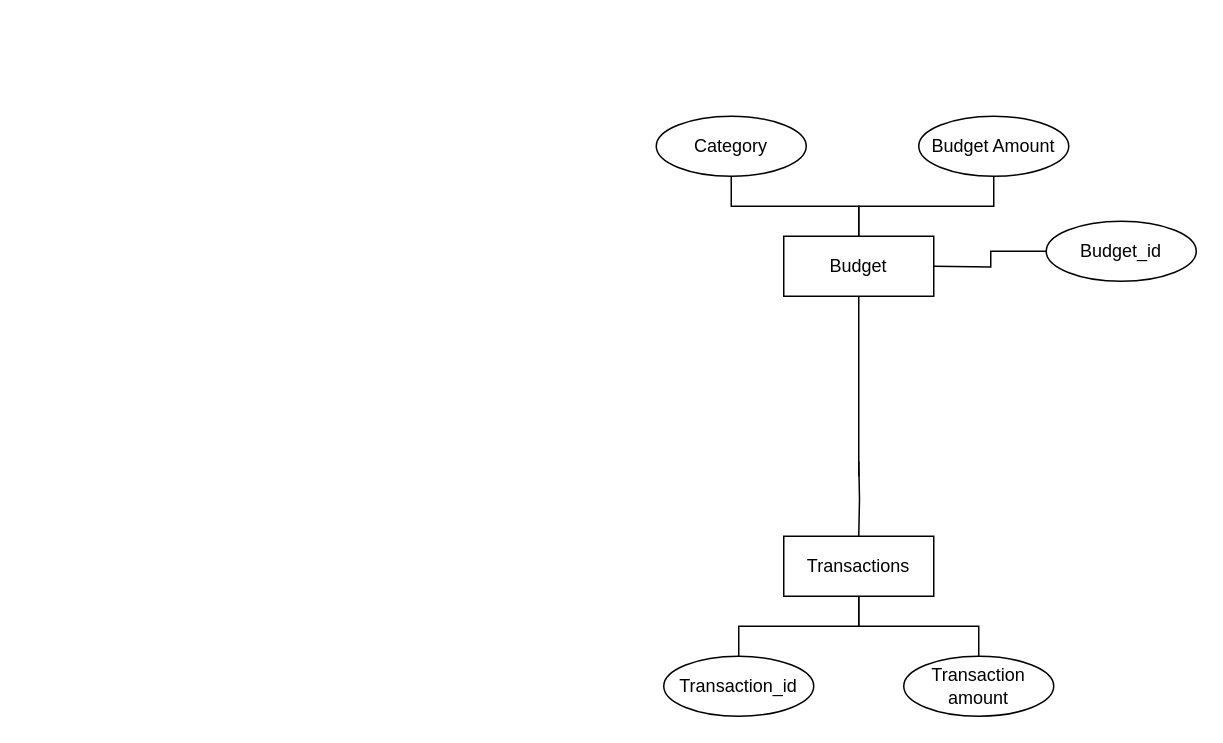
The draw.io diagram docs/diagrams/er-diagram.drawio in josuediazflores/student-expense-tracker, before the edit. Source tidied: cells renumbered, new cells numbered last; positions are measured from the earlier drawing's top-left corner, leaving out a move shared by most shapes. Both pictures are drawn from the tidied source at 150%, with x=0, y=0 at pixel (656, 116).
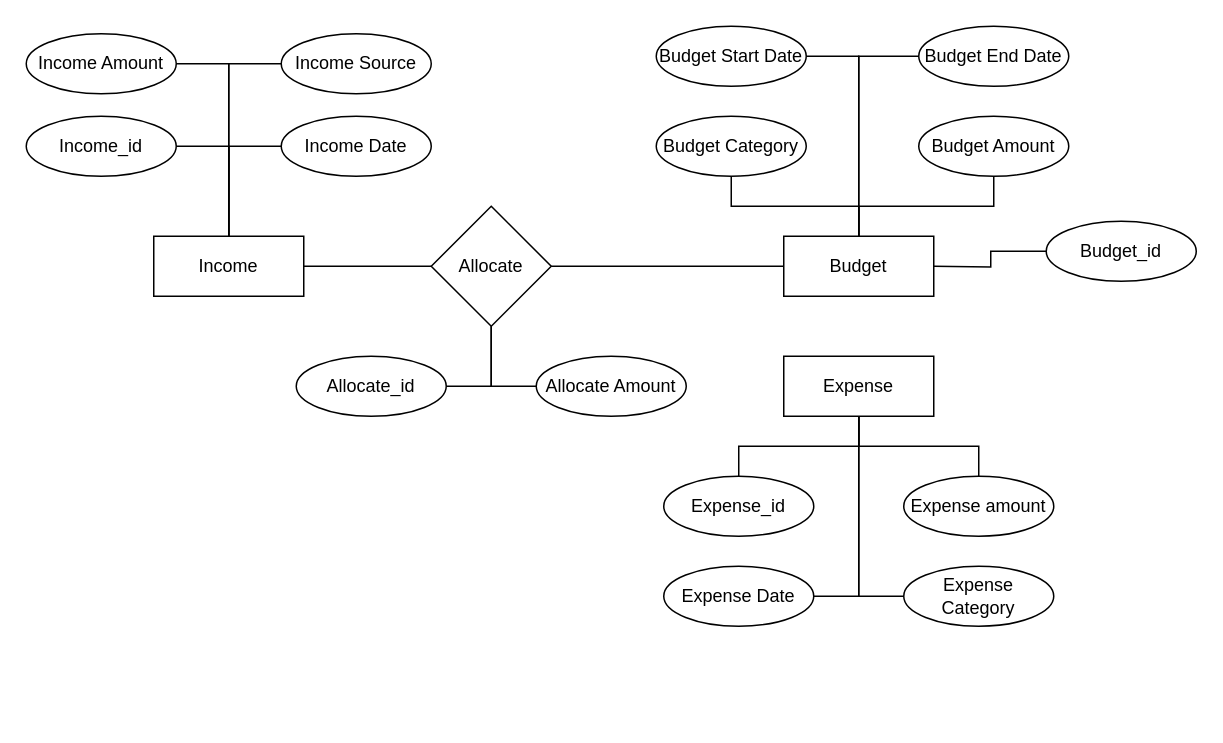
The same page after the edit.

Commit message (it also covers changes not shown here):
Update ER and CRC diagrams from current designs

Unchanged cells that the change refers to:
```xml
<mxCell id="5" value="Budget" style="whiteSpace=wrap;html=1;align=center;" parent="1" vertex="1">
  <mxGeometry x="85" y="80" width="100" height="40" as="geometry" />
</mxCell>
```

What changed in the source:
```diff
@@
-    <mxCell id="2" style="edgeStyle=orthogonalEdgeStyle;rounded=0;jettySize=auto;html=1;exitX=0.5;exitY=1;exitDx=0;exitDy=0;defaultLabelBackgroundColor=page;endArrow=none;endFill=0;" parent="1" edge="1" source="5">
-      <mxGeometry relative="1" as="geometry">
-        <mxPoint x="135" y="240" as="targetPoint" />
-      </mxGeometry>
-    </mxCell>
@@
+    <mxCell id="16" style="edgeStyle=orthogonalEdgeStyle;rounded=0;jettySize=auto;html=1;entryX=0;entryY=0.5;entryDx=0;entryDy=0;defaultLabelBackgroundColor=page;labelPadding=0 4;endArrow=none;endFill=0;" parent="1" edge="1" source="5" target="21">
+      <mxGeometry relative="1" as="geometry" />
+    </mxCell>
+    <mxCell id="17" style="edgeStyle=orthogonalEdgeStyle;rounded=0;jettySize=auto;html=1;entryX=1;entryY=0.5;entryDx=0;entryDy=0;defaultLabelBackgroundColor=page;labelPadding=0 4;endArrow=none;endFill=0;" parent="1" edge="1" source="5" target="20">
+      <mxGeometry relative="1" as="geometry" />
+    </mxCell>
@@
+    <mxCell id="18" style="edgeStyle=orthogonalEdgeStyle;rounded=0;jettySize=auto;html=1;entryX=0;entryY=0.5;entryDx=0;entryDy=0;defaultLabelBackgroundColor=page;labelPadding=0 4;endArrow=none;endFill=0;" parent="1" edge="1" source="8" target="23">
+      <mxGeometry relative="1" as="geometry" />
+    </mxCell>
+    <mxCell id="19" style="edgeStyle=orthogonalEdgeStyle;rounded=0;jettySize=auto;html=1;entryX=1;entryY=0.5;entryDx=0;entryDy=0;defaultLabelBackgroundColor=page;labelPadding=0 4;endArrow=none;endFill=0;" parent="1" edge="1" source="8" target="22">
+      <mxGeometry relative="1" as="geometry" />
+    </mxCell>
-    <mxCell id="8" value="Transactions" style="whiteSpace=wrap;html=1;align=center;" parent="1" vertex="1">
-      <mxGeometry x="85" y="280" width="100" height="40" as="geometry" />
+    <mxCell id="8" value="Expense" style="whiteSpace=wrap;html=1;align=center;" parent="1" vertex="1">
+      <mxGeometry x="85" y="160" width="100" height="40" as="geometry" />
     </mxCell>
-    <mxCell id="9" style="edgeStyle=orthogonalEdgeStyle;rounded=0;jettySize=auto;html=1;exitX=0.5;exitY=1;exitDx=0;exitDy=0;entryX=0.5;entryY=0;entryDx=0;entryDy=0;defaultLabelBackgroundColor=page;endArrow=none;endFill=0;" parent="1" edge="1" target="8">
-      <mxGeometry relative="1" as="geometry">
-        <mxPoint x="135" y="230" as="sourcePoint" />
-      </mxGeometry>
-    </mxCell>
-    <mxCell id="10" value="Transaction_id" style="ellipse;whiteSpace=wrap;html=1;align=center;" parent="1" vertex="1">
-      <mxGeometry x="5" y="360" width="100" height="40" as="geometry" />
+    <mxCell id="10" value="Expense_id" style="ellipse;whiteSpace=wrap;html=1;align=center;" parent="1" vertex="1">
+      <mxGeometry x="5" y="240" width="100" height="40" as="geometry" />
     </mxCell>
-    <mxCell id="11" value="Transaction amount" style="ellipse;whiteSpace=wrap;html=1;align=center;" parent="1" vertex="1">
-      <mxGeometry x="165" y="360" width="100" height="40" as="geometry" />
+    <mxCell id="11" value="Expense amount" style="ellipse;whiteSpace=wrap;html=1;align=center;" parent="1" vertex="1">
+      <mxGeometry x="165" y="240" width="100" height="40" as="geometry" />
     </mxCell>
-    <mxCell id="12" value="Category" style="ellipse;whiteSpace=wrap;html=1;align=center;" parent="1" vertex="1">
+    <mxCell id="12" value="Budget Category" style="ellipse;whiteSpace=wrap;html=1;align=center;" parent="1" vertex="1">
       <mxGeometry width="100" height="40" as="geometry" />
     </mxCell>
@@
+    <mxCell id="20" value="Budget Start Date" style="ellipse;whiteSpace=wrap;html=1;align=center;" parent="1" vertex="1">
+      <mxGeometry y="-60" width="100" height="40" as="geometry" />
+    </mxCell>
+    <mxCell id="21" value="Budget End Date" style="ellipse;whiteSpace=wrap;html=1;align=center;" parent="1" vertex="1">
+      <mxGeometry x="175" y="-60" width="100" height="40" as="geometry" />
+    </mxCell>
+    <mxCell id="22" value="Expense Date" style="ellipse;whiteSpace=wrap;html=1;align=center;" parent="1" vertex="1">
+      <mxGeometry x="5" y="300" width="100" height="40" as="geometry" />
+    </mxCell>
+    <mxCell id="23" value="Expense Category" style="ellipse;whiteSpace=wrap;html=1;align=center;" parent="1" vertex="1">
+      <mxGeometry x="165" y="300" width="100" height="40" as="geometry" />
+    </mxCell>
+    <mxCell id="24" style="edgeStyle=orthogonalEdgeStyle;rounded=0;jettySize=auto;html=1;entryX=1;entryY=0.5;entryDx=0;entryDy=0;defaultLabelBackgroundColor=page;labelPadding=0 4;endArrow=none;endFill=0;" parent="1" edge="1" source="29" target="30">
+      <mxGeometry relative="1" as="geometry" />
+    </mxCell>
+    <mxCell id="25" style="edgeStyle=orthogonalEdgeStyle;rounded=0;jettySize=auto;html=1;entryX=0;entryY=0.5;entryDx=0;entryDy=0;defaultLabelBackgroundColor=page;labelPadding=0 4;endArrow=none;endFill=0;" parent="1" edge="1" source="29" target="32">
+      <mxGeometry relative="1" as="geometry" />
+    </mxCell>
+    <mxCell id="26" style="edgeStyle=orthogonalEdgeStyle;rounded=0;jettySize=auto;html=1;entryX=1;entryY=0.5;entryDx=0;entryDy=0;defaultLabelBackgroundColor=page;labelPadding=0 4;endArrow=none;endFill=0;" parent="1" edge="1" source="29" target="31">
+      <mxGeometry relative="1" as="geometry" />
+    </mxCell>
+    <mxCell id="27" style="edgeStyle=orthogonalEdgeStyle;rounded=0;jettySize=auto;html=1;entryX=0;entryY=0.5;entryDx=0;entryDy=0;defaultLabelBackgroundColor=page;labelPadding=0 4;endArrow=none;endFill=0;" parent="1" edge="1" source="29" target="33">
+      <mxGeometry relative="1" as="geometry" />
+    </mxCell>
+    <mxCell id="28" style="edgeStyle=orthogonalEdgeStyle;rounded=0;jettySize=auto;html=1;entryX=0;entryY=0.5;entryDx=0;entryDy=0;defaultLabelBackgroundColor=page;labelPadding=0 4;endArrow=none;endFill=0;" parent="1" edge="1" source="29" target="37">
+      <mxGeometry relative="1" as="geometry" />
+    </mxCell>
+    <mxCell id="29" value="Income" style="whiteSpace=wrap;html=1;align=center;" parent="1" vertex="1">
+      <mxGeometry x="-335" y="80" width="100" height="40" as="geometry" />
+    </mxCell>
+    <mxCell id="30" value="Income_id" style="ellipse;whiteSpace=wrap;html=1;align=center;" parent="1" vertex="1">
+      <mxGeometry x="-420" width="100" height="40" as="geometry" />
+    </mxCell>
+    <mxCell id="31" value="Income Amount" style="ellipse;whiteSpace=wrap;html=1;align=center;" parent="1" vertex="1">
+      <mxGeometry x="-420" y="-55" width="100" height="40" as="geometry" />
+    </mxCell>
+    <mxCell id="32" value="Income Date" style="ellipse;whiteSpace=wrap;html=1;align=center;" parent="1" vertex="1">
+      <mxGeometry x="-250" width="100" height="40" as="geometry" />
+    </mxCell>
+    <mxCell id="33" value="Income Source" style="ellipse;whiteSpace=wrap;html=1;align=center;" parent="1" vertex="1">
+      <mxGeometry x="-250" y="-55" width="100" height="40" as="geometry" />
+    </mxCell>
+    <mxCell id="34" style="edgeStyle=orthogonalEdgeStyle;rounded=0;jettySize=auto;html=1;entryX=0;entryY=0.5;entryDx=0;entryDy=0;defaultLabelBackgroundColor=page;labelPadding=0 4;endArrow=none;endFill=0;" parent="1" edge="1" source="37" target="5">
+      <mxGeometry relative="1" as="geometry" />
+    </mxCell>
+    <mxCell id="35" style="edgeStyle=orthogonalEdgeStyle;rounded=0;jettySize=auto;html=1;entryX=1;entryY=0.5;entryDx=0;entryDy=0;defaultLabelBackgroundColor=page;labelPadding=0 4;endArrow=none;endFill=0;" parent="1" edge="1" source="37" target="38">
+      <mxGeometry relative="1" as="geometry" />
+    </mxCell>
+    <mxCell id="36" style="edgeStyle=orthogonalEdgeStyle;rounded=0;jettySize=auto;html=1;entryX=0;entryY=0.5;entryDx=0;entryDy=0;defaultLabelBackgroundColor=page;labelPadding=0 4;endArrow=none;endFill=0;" parent="1" edge="1" source="37" target="39">
+      <mxGeometry relative="1" as="geometry" />
+    </mxCell>
+    <mxCell id="37" value="Allocate" style="rhombus;whiteSpace=wrap;html=1;shapeInside=1;" parent="1" vertex="1">
+      <mxGeometry x="-150" y="60" width="80" height="80" as="geometry" />
+    </mxCell>
+    <mxCell id="38" value="Allocate_id" style="ellipse;whiteSpace=wrap;html=1;align=center;" parent="1" vertex="1">
+      <mxGeometry x="-240" y="160" width="100" height="40" as="geometry" />
+    </mxCell>
+    <mxCell id="39" value="Allocate Amount" style="ellipse;whiteSpace=wrap;html=1;align=center;" parent="1" vertex="1">
+      <mxGeometry x="-80" y="160" width="100" height="40" as="geometry" />
+    </mxCell>
```
